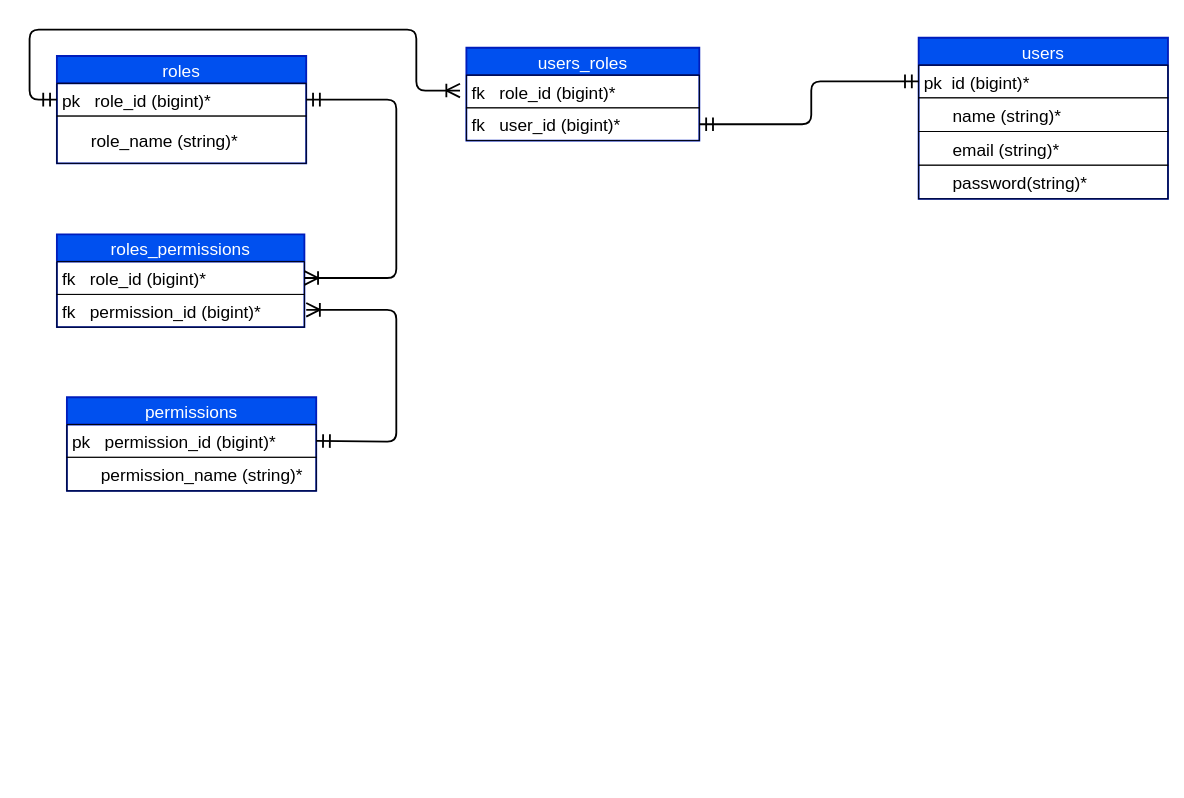
Above: page "users" (2 of 2) of Additional2Project/a2z-db-design.drawio in efthakhar/v-school-backend (draw.io), before the change. Source tidied: cells renumbered, new cells numbered last; positions are measured from the earlier drawing's top-left corner, leaving out a move shared by most shapes. Both pictures are drawn from the tidied source at 91%, with x=0, y=0 at pixel (29, 29).
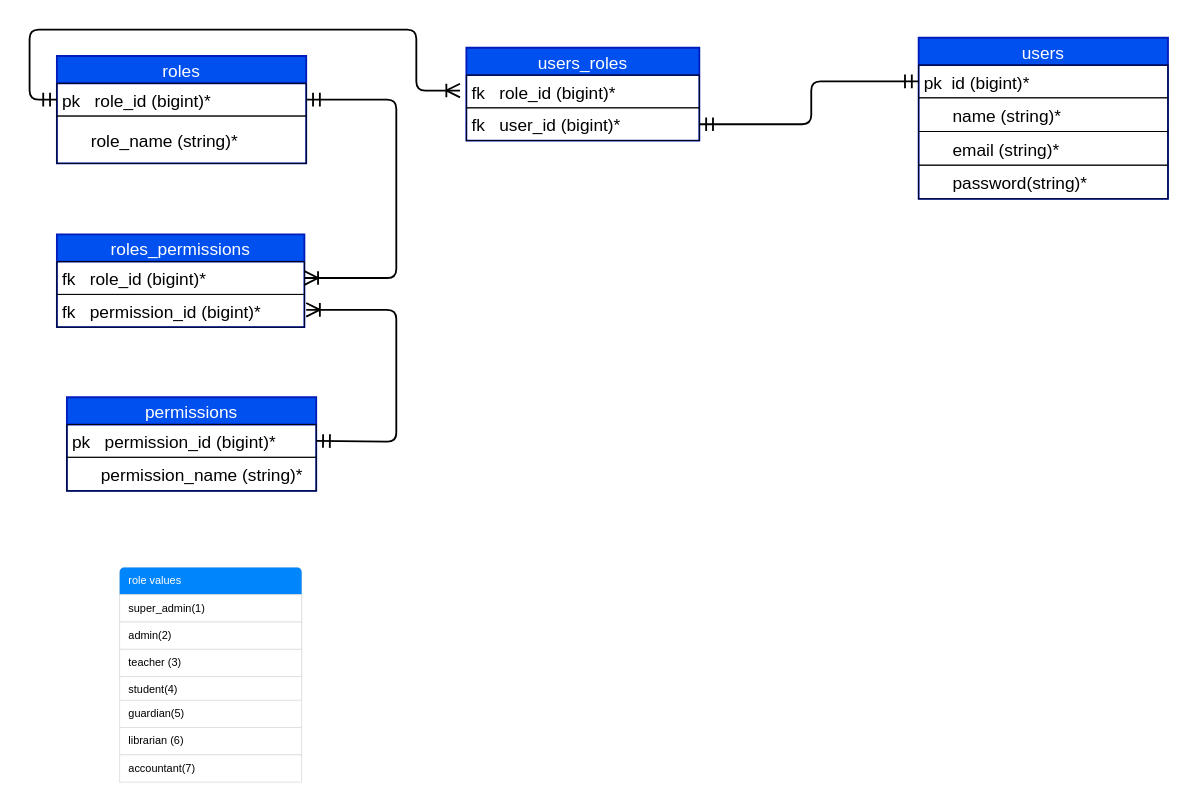
After the change.

Commit message:
role initial vulue added in schema design

Diff of the diagram source:
```diff
@@
+    <mxCell id="23" style="html=1;shadow=0;dashed=0;shape=mxgraph.bootstrap.rrect;rSize=5;strokeColor=#DFDFDF;html=1;whiteSpace=wrap;fillColor=#FFFFFF;fontColor=#000000;" parent="1" vertex="1">
+      <mxGeometry x="99" y="591" width="200" height="150" as="geometry" />
+    </mxCell>
+    <mxCell id="24" value="role values" style="html=1;shadow=0;dashed=0;shape=mxgraph.bootstrap.topButton;rSize=5;strokeColor=none;fillColor=#0085FC;fontColor=#ffffff;perimeter=none;whiteSpace=wrap;align=left;spacing=10;" parent="23" vertex="1">
+      <mxGeometry width="200" height="30" relative="1" as="geometry" />
+    </mxCell>
+    <mxCell id="25" value="super_admin(1)" style="strokeColor=inherit;fillColor=inherit;gradientColor=inherit;fontColor=inherit;html=1;shadow=0;dashed=0;perimeter=none;whiteSpace=wrap;align=left;spacing=10;" parent="23" vertex="1">
+      <mxGeometry width="200" height="30" relative="1" as="geometry">
+        <mxPoint y="30" as="offset" />
+      </mxGeometry>
+    </mxCell>
+    <mxCell id="26" value="admin(2)" style="strokeColor=inherit;fillColor=inherit;gradientColor=inherit;fontColor=inherit;html=1;shadow=0;dashed=0;perimeter=none;whiteSpace=wrap;align=left;spacing=10;" parent="23" vertex="1">
+      <mxGeometry width="200" height="30" relative="1" as="geometry">
+        <mxPoint y="60" as="offset" />
+      </mxGeometry>
+    </mxCell>
+    <mxCell id="27" value="teacher (3)" style="strokeColor=inherit;fillColor=inherit;gradientColor=inherit;fontColor=inherit;html=1;shadow=0;dashed=0;perimeter=none;whiteSpace=wrap;align=left;spacing=10;" parent="23" vertex="1">
+      <mxGeometry width="200" height="30" relative="1" as="geometry">
+        <mxPoint y="90" as="offset" />
+      </mxGeometry>
+    </mxCell>
+    <mxCell id="28" value="student(4)" style="strokeColor=inherit;fillColor=inherit;gradientColor=inherit;fontColor=inherit;html=1;shadow=0;dashed=0;shape=mxgraph.bootstrap.bottomButton;rSize=5;perimeter=none;whiteSpace=wrap;align=left;spacing=10;" parent="23" vertex="1">
+      <mxGeometry y="1" width="200" height="30" relative="1" as="geometry">
+        <mxPoint y="-30" as="offset" />
+      </mxGeometry>
+    </mxCell>
+    <mxCell id="29" value="guardian(5)" style="strokeColor=inherit;fillColor=inherit;gradientColor=inherit;fontColor=inherit;html=1;shadow=0;dashed=0;perimeter=none;whiteSpace=wrap;align=left;spacing=10;" parent="23" vertex="1">
+      <mxGeometry width="200" height="30" relative="1" as="geometry">
+        <mxPoint y="146" as="offset" />
+      </mxGeometry>
+    </mxCell>
+    <mxCell id="30" value="librarian (6)" style="strokeColor=inherit;fillColor=inherit;gradientColor=inherit;fontColor=inherit;html=1;shadow=0;dashed=0;perimeter=none;whiteSpace=wrap;align=left;spacing=10;" parent="23" vertex="1">
+      <mxGeometry width="200" height="30" relative="1" as="geometry">
+        <mxPoint y="176" as="offset" />
+      </mxGeometry>
+    </mxCell>
+    <mxCell id="31" value="accountant(7)" style="strokeColor=inherit;fillColor=inherit;gradientColor=inherit;fontColor=inherit;html=1;shadow=0;dashed=0;perimeter=none;whiteSpace=wrap;align=left;spacing=10;" parent="23" vertex="1">
+      <mxGeometry width="200" height="30" relative="1" as="geometry">
+        <mxPoint y="206" as="offset" />
+      </mxGeometry>
+    </mxCell>
```
